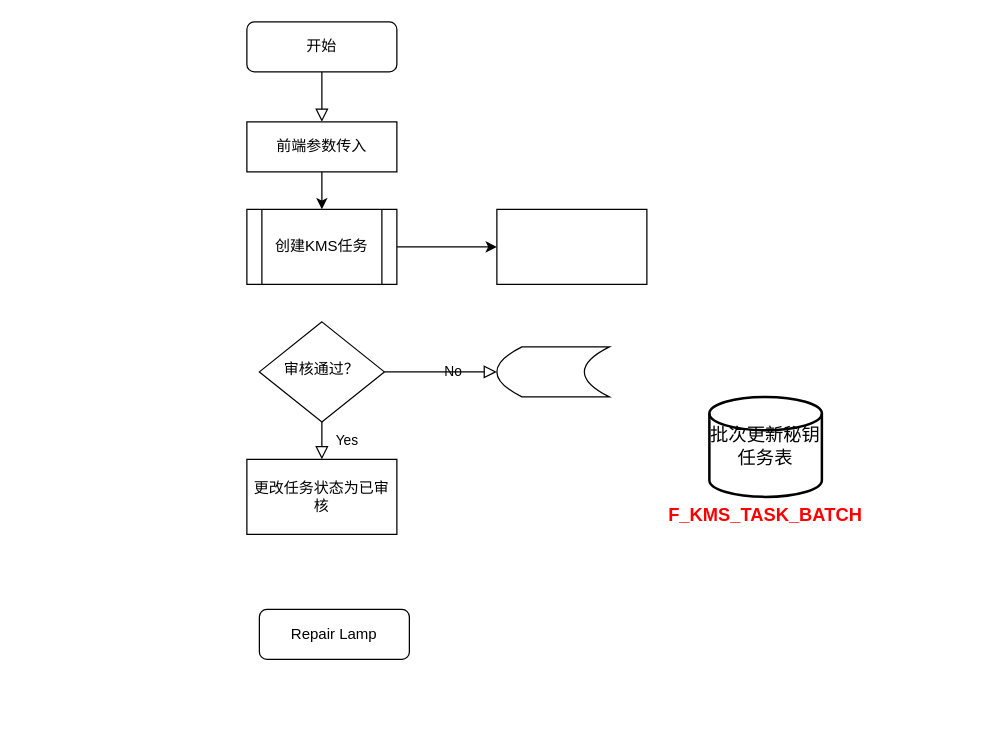
Before: KMS.drawio in Wdaisong/myGenerator, a draw.io diagram. Source tidied: cells renumbered, new cells numbered last; positions are measured from the earlier drawing's top-left corner, leaving out a move shared by most shapes. Both pictures are drawn from the tidied source at 125%, with x=0, y=0 at pixel (246, 21).
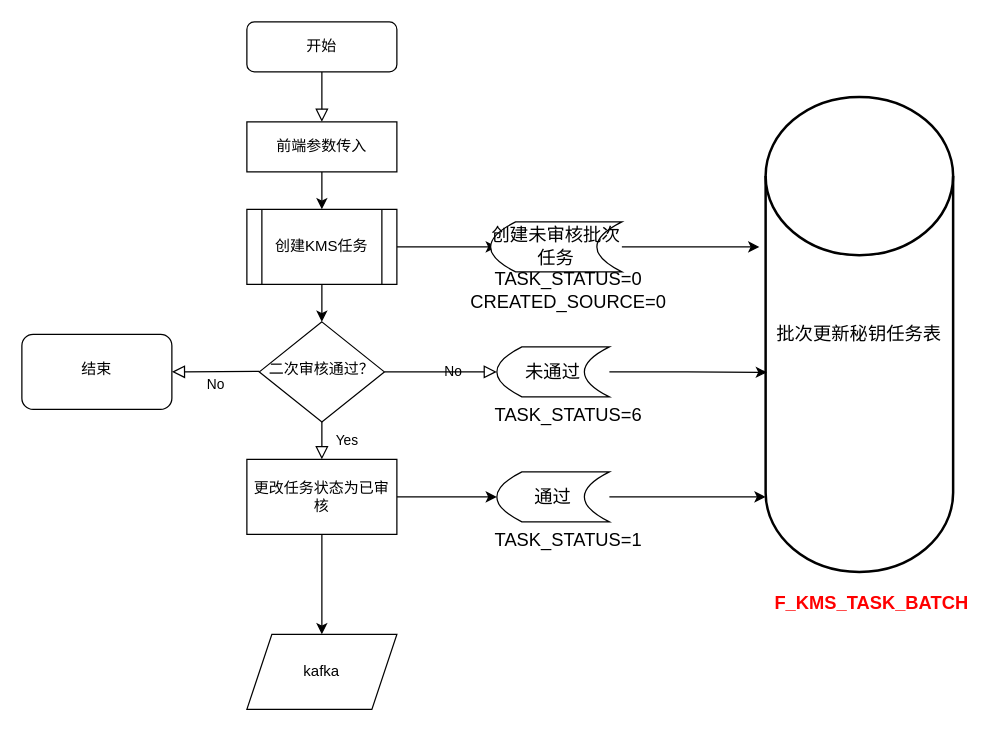
Above is the later version.

The change refers to these unchanged cells:
```xml
<mxCell id="11" value="创建KMS任务" style="shape=process;whiteSpace=wrap;html=1;backgroundOutline=1;rounded=0;" parent="1" vertex="1">
  <mxGeometry y="150" width="120" height="60" as="geometry" />
</mxCell>
<mxCell id="13" value="更改任务状态为已审核" style="rounded=0;whiteSpace=wrap;html=1;" parent="1" vertex="1">
  <mxGeometry y="350" width="120" height="60" as="geometry" />
</mxCell>
```

Diff of the diagram source:
```diff
@@
-    <mxCell id="6" value="审核通过？" style="rhombus;whiteSpace=wrap;html=1;shadow=0;fontFamily=Helvetica;fontSize=12;align=center;strokeWidth=1;spacing=6;spacingTop=-4;" parent="1" vertex="1">
+    <mxCell id="6" value="二次审核通过？" style="rhombus;whiteSpace=wrap;html=1;shadow=0;fontFamily=Helvetica;fontSize=12;align=center;strokeWidth=1;spacing=6;spacingTop=-4;" parent="1" vertex="1">
       <mxGeometry x="10" y="240" width="100" height="80" as="geometry" />
     </mxCell>
-    <mxCell id="7" value="Repair Lamp" style="rounded=1;whiteSpace=wrap;html=1;fontSize=12;glass=0;strokeWidth=1;shadow=0;" parent="1" vertex="1">
-      <mxGeometry x="10" y="470" width="120" height="40" as="geometry" />
-    </mxCell>
@@
-    <mxCell id="10" style="edgeStyle=orthogonalEdgeStyle;rounded=0;jettySize=auto;html=1;" parent="1" edge="1" source="11" target="12">
-      <mxGeometry relative="1" as="geometry" />
+    <mxCell id="10" style="edgeStyle=orthogonalEdgeStyle;rounded=0;jettySize=auto;html=1;" parent="1" edge="1" source="11">
+      <mxGeometry relative="1" as="geometry">
+        <mxPoint x="200" y="180" as="targetPoint" />
+      </mxGeometry>
     </mxCell>
+    <mxCell id="17" style="edgeStyle=orthogonalEdgeStyle;rounded=0;jettySize=auto;html=1;" parent="1" edge="1" source="11" target="6">
+      <mxGeometry relative="1" as="geometry" />
+    </mxCell>
@@
-    <mxCell id="12" style="whiteSpace=wrap;html=1;rounded=0;" parent="1" vertex="1">
-      <mxGeometry x="200" y="150" width="120" height="60" as="geometry" />
-    </mxCell>
+    <mxCell id="18" style="edgeStyle=orthogonalEdgeStyle;rounded=0;jettySize=auto;html=1;" parent="1" edge="1" source="13" target="23">
+      <mxGeometry relative="1" as="geometry" />
+    </mxCell>
+    <mxCell id="19" style="edgeStyle=orthogonalEdgeStyle;rounded=0;jettySize=auto;html=1;" parent="1" edge="1" source="13" target="30">
+      <mxGeometry relative="1" as="geometry" />
+    </mxCell>
@@
     <mxCell id="14" value="&lt;span style=&quot;font-size: 11pt; font-family: 等线;&quot;&gt;批次更新秘钥任务表&lt;/span&gt;" style="strokeWidth=2;html=1;shape=mxgraph.flowchart.database;whiteSpace=wrap;" parent="1" vertex="1">
-      <mxGeometry x="370" y="300" width="90" height="80" as="geometry" />
+      <mxGeometry x="415" y="60" width="150" height="380" as="geometry" />
     </mxCell>
     <mxCell id="15" value="&lt;b&gt;&lt;span style=&quot;font-size:11.0pt;&lt;br/&gt;font-family:等线;mso-bidi-font-family:宋体;color:red;mso-ansi-language:EN-US;&lt;br/&gt;mso-fareast-language:ZH-CN;mso-bidi-language:AR-SA&quot; lang=&quot;EN-US&quot;&gt;F_KMS_TASK_BATCH&lt;/span&gt;&lt;/b&gt;" style="text;html=1;strokeColor=none;fillColor=none;align=center;verticalAlign=middle;whiteSpace=wrap;rounded=0;" parent="1" vertex="1">
-      <mxGeometry x="385" y="380" width="60" height="30" as="geometry" />
+      <mxGeometry x="470" y="450" width="60" height="30" as="geometry" />
     </mxCell>
+    <mxCell id="20" style="edgeStyle=orthogonalEdgeStyle;rounded=0;jettySize=auto;html=1;entryX=0.007;entryY=0.58;entryDx=0;entryDy=0;entryPerimeter=0;" parent="1" edge="1" source="16" target="14">
+      <mxGeometry relative="1" as="geometry" />
+    </mxCell>
-    <mxCell id="16" value="&lt;span style=&quot;font-size: 11pt; font-family: 等线;&quot; lang=&quot;EN-US&quot;&gt;&lt;br&gt;&lt;/span&gt;" style="shape=dataStorage;whiteSpace=wrap;html=1;fixedSize=1;" parent="1" vertex="1">
+    <mxCell id="16" value="&lt;span style=&quot;font-size: 11pt; font-family: 等线;&quot; lang=&quot;EN-US&quot;&gt;未通过&lt;br&gt;&lt;/span&gt;" style="shape=dataStorage;whiteSpace=wrap;html=1;fixedSize=1;" parent="1" vertex="1">
       <mxGeometry x="200" y="260" width="90" height="40" as="geometry" />
     </mxCell>
+    <mxCell id="21" value="&lt;span style=&quot;font-family: 等线; font-size: 14.6667px;&quot;&gt;TASK_STATUS&lt;/span&gt;&lt;span style=&quot;font-family: 等线; font-size: 14.6667px;&quot;&gt;=6&lt;/span&gt;" style="text;html=1;strokeColor=none;fillColor=none;align=center;verticalAlign=middle;whiteSpace=wrap;rounded=0;" parent="1" vertex="1">
+      <mxGeometry x="195" y="300" width="125" height="30" as="geometry" />
+    </mxCell>
+    <mxCell id="22" style="edgeStyle=orthogonalEdgeStyle;rounded=0;jettySize=auto;html=1;" parent="1" edge="1" source="23">
+      <mxGeometry relative="1" as="geometry">
+        <mxPoint x="415" y="380" as="targetPoint" />
+      </mxGeometry>
+    </mxCell>
+    <mxCell id="23" value="&lt;span style=&quot;font-size: 11pt; font-family: 等线;&quot; lang=&quot;EN-US&quot;&gt;通过&lt;br&gt;&lt;/span&gt;" style="shape=dataStorage;whiteSpace=wrap;html=1;fixedSize=1;size=20;" parent="1" vertex="1">
+      <mxGeometry x="200" y="360" width="90" height="40" as="geometry" />
+    </mxCell>
+    <mxCell id="24" value="&lt;span style=&quot;font-family: 等线; font-size: 14.6667px;&quot;&gt;TASK_STATUS&lt;/span&gt;&lt;span style=&quot;font-family: 等线; font-size: 14.6667px;&quot;&gt;=1&lt;/span&gt;" style="text;html=1;strokeColor=none;fillColor=none;align=center;verticalAlign=middle;whiteSpace=wrap;rounded=0;" parent="1" vertex="1">
+      <mxGeometry x="195" y="400" width="125" height="30" as="geometry" />
+    </mxCell>
+    <mxCell id="25" style="edgeStyle=orthogonalEdgeStyle;rounded=0;jettySize=auto;html=1;" parent="1" edge="1" source="26">
+      <mxGeometry relative="1" as="geometry">
+        <mxPoint x="410" y="180" as="targetPoint" />
+      </mxGeometry>
+    </mxCell>
+    <mxCell id="26" value="&lt;span style=&quot;font-size: 11pt; font-family: 等线;&quot; lang=&quot;EN-US&quot;&gt;创建未审核批次任务&lt;br&gt;&lt;/span&gt;" style="shape=dataStorage;whiteSpace=wrap;html=1;fixedSize=1;" parent="1" vertex="1">
+      <mxGeometry x="195" y="160" width="105" height="40" as="geometry" />
+    </mxCell>
+    <mxCell id="27" value="&lt;span style=&quot;font-family: 等线; font-size: 14.6667px;&quot;&gt;TASK_STATUS&lt;/span&gt;&lt;font face=&quot;等线&quot;&gt;&lt;span style=&quot;font-size: 14.6667px;&quot;&gt;=0&lt;/span&gt;&lt;/font&gt;&lt;br&gt;&lt;font face=&quot;等线&quot;&gt;&lt;span style=&quot;font-size: 14.6667px;&quot;&gt;CREATED_SOURCE=0&lt;/span&gt;&lt;/font&gt;" style="text;html=1;strokeColor=none;fillColor=none;align=center;verticalAlign=middle;whiteSpace=wrap;rounded=0;" parent="1" vertex="1">
+      <mxGeometry x="195" y="200" width="125" height="30" as="geometry" />
+    </mxCell>
+    <mxCell id="28" value="结束" style="rounded=1;whiteSpace=wrap;html=1;shadow=0;strokeWidth=1;spacing=6;spacingTop=-4;" parent="1" vertex="1">
+      <mxGeometry x="-180" y="250" width="120" height="60" as="geometry" />
+    </mxCell>
+    <mxCell id="29" value="No" style="edgeStyle=orthogonalEdgeStyle;rounded=0;html=1;jettySize=auto;fontSize=11;endArrow=block;endFill=0;endSize=8;strokeWidth=1;shadow=0;labelBackgroundColor=none;entryX=1;entryY=0.5;entryDx=0;entryDy=0;" parent="1" edge="1" target="28">
+      <mxGeometry y="10" relative="1" as="geometry">
+        <mxPoint x="10" y="279.5" as="sourcePoint" />
+      </mxGeometry>
+    </mxCell>
+    <mxCell id="30" value="kafka" style="shape=parallelogram;perimeter=parallelogramPerimeter;whiteSpace=wrap;html=1;fixedSize=1;rounded=0;" parent="1" vertex="1">
+      <mxGeometry y="490" width="120" height="60" as="geometry" />
+    </mxCell>
```
